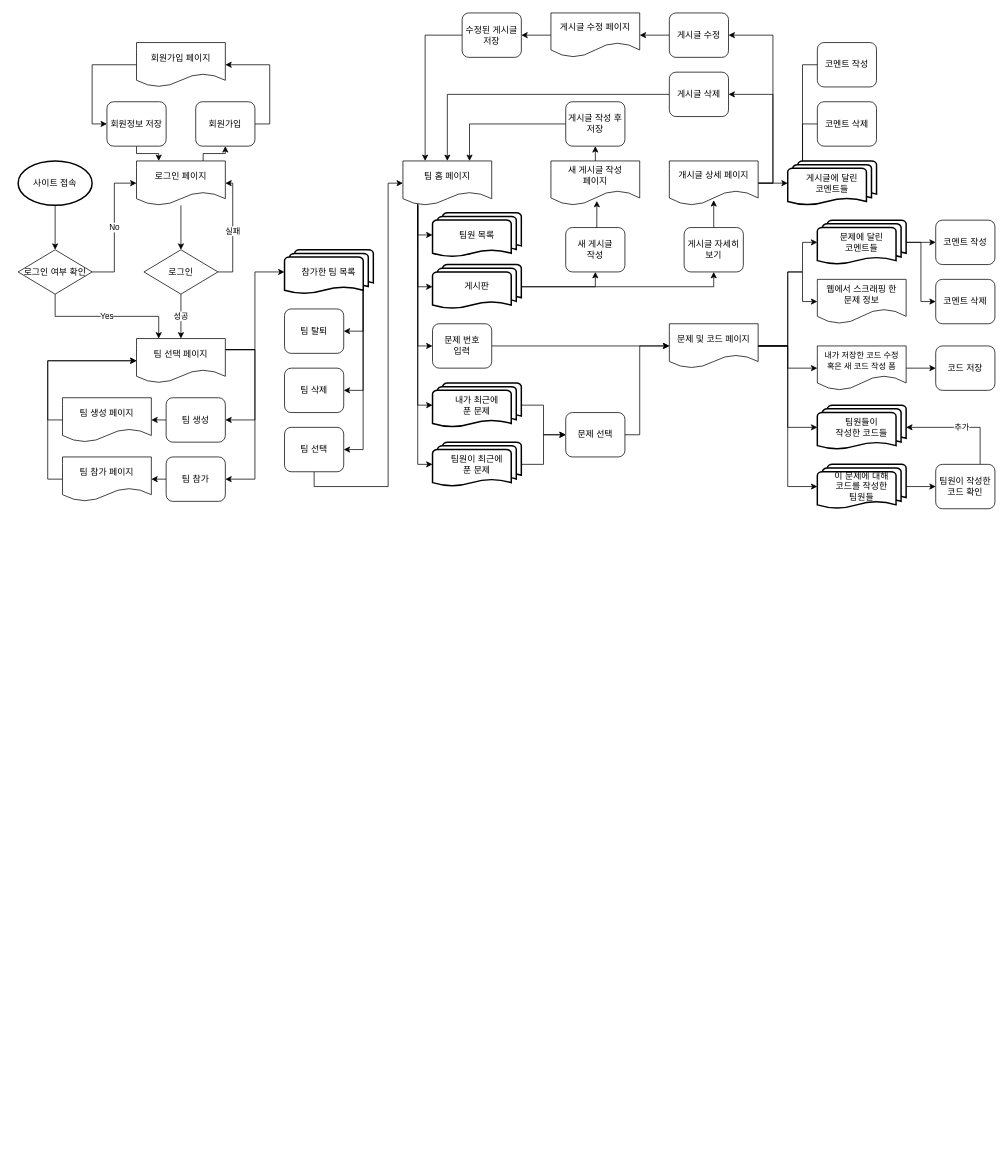
Earlier version of the draw.io diagram Untitled Diagram.drawio (winterash2/cotewithme). Source tidied: cells renumbered, new cells numbered last; positions are measured from the earlier drawing's top-left corner, leaving out a move shared by most shapes. Both pictures are drawn from the tidied source at 74%, with x=0, y=0 at pixel (18, 13).
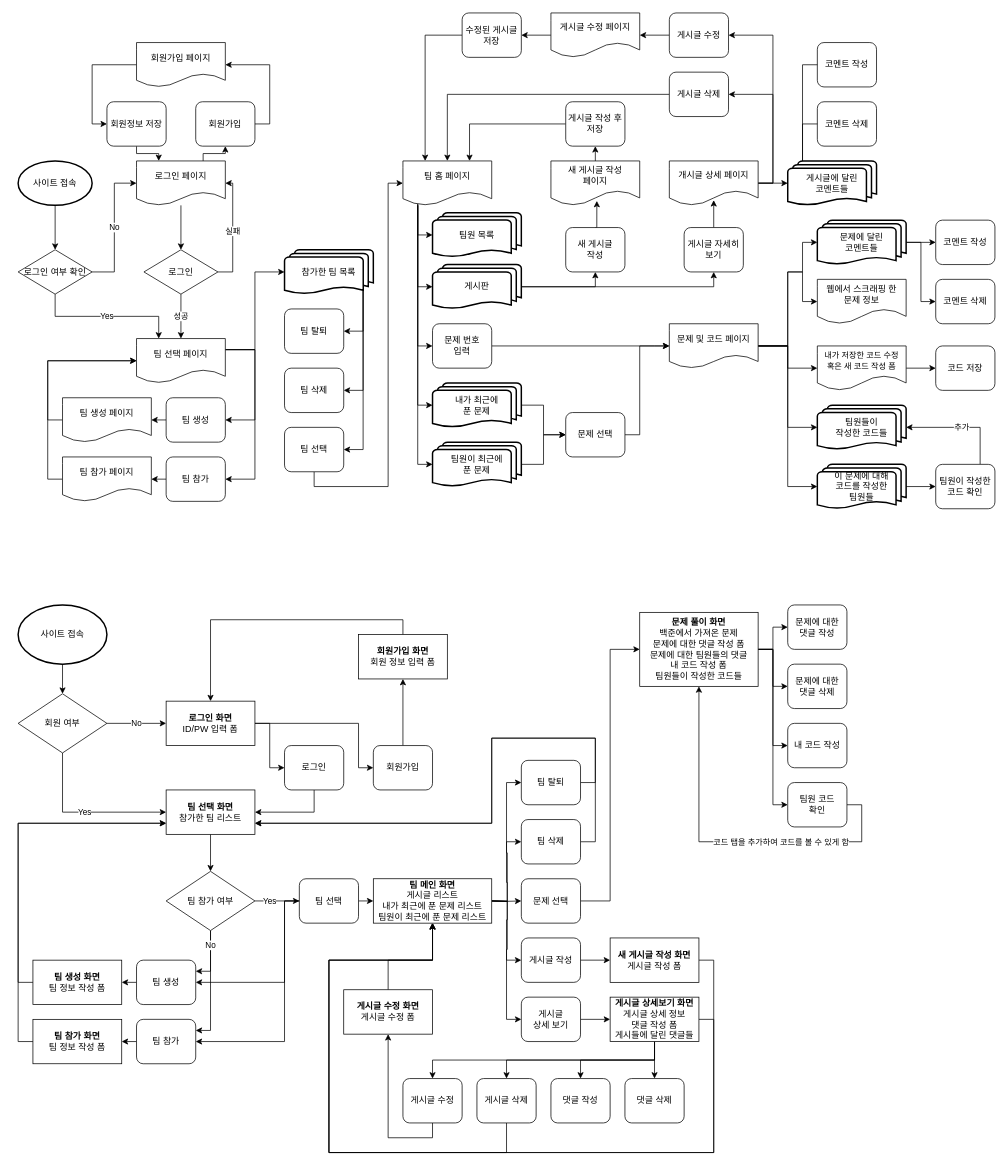
After the change.

Diff of the diagram source:
```diff
@@
+    <mxCell id="102" style="edgeStyle=orthogonalEdgeStyle;rounded=0;jettySize=auto;html=1;exitX=0.5;exitY=1;exitDx=0;exitDy=0;exitPerimeter=0;entryX=0.5;entryY=0;entryDx=0;entryDy=0;" parent="1" edge="1" source="103" target="106">
+      <mxGeometry relative="1" as="geometry" />
+    </mxCell>
+    <mxCell id="103" value="사이트 접속" style="strokeWidth=2;html=1;shape=mxgraph.flowchart.start_1;whiteSpace=wrap;" parent="1" vertex="1">
+      <mxGeometry y="800" width="120" height="80" as="geometry" />
+    </mxCell>
+    <mxCell id="104" value="No" style="edgeStyle=orthogonalEdgeStyle;rounded=0;jettySize=auto;html=1;exitX=1;exitY=0.5;exitDx=0;exitDy=0;entryX=0;entryY=0.5;entryDx=0;entryDy=0;" parent="1" edge="1" source="106" target="115">
+      <mxGeometry relative="1" as="geometry" />
+    </mxCell>
+    <mxCell id="105" value="Yes" style="edgeStyle=orthogonalEdgeStyle;rounded=0;jettySize=auto;html=1;exitX=0.5;exitY=1;exitDx=0;exitDy=0;entryX=0;entryY=0.5;entryDx=0;entryDy=0;" parent="1" edge="1" source="106" target="112">
+      <mxGeometry relative="1" as="geometry" />
+    </mxCell>
+    <mxCell id="106" value="회원 여부" style="rhombus;whiteSpace=wrap;html=1;" parent="1" vertex="1">
+      <mxGeometry y="920" width="120" height="80" as="geometry" />
+    </mxCell>
+    <mxCell id="107" style="edgeStyle=orthogonalEdgeStyle;rounded=0;jettySize=auto;html=1;exitX=0.5;exitY=1;exitDx=0;exitDy=0;entryX=1;entryY=0.25;entryDx=0;entryDy=0;" parent="1" edge="1" source="110" target="125">
+      <mxGeometry relative="1" as="geometry" />
+    </mxCell>
+    <mxCell id="108" value="No" style="edgeStyle=orthogonalEdgeStyle;rounded=0;jettySize=auto;html=1;exitX=0.5;exitY=1;exitDx=0;exitDy=0;entryX=1;entryY=0.25;entryDx=0;entryDy=0;" parent="1" edge="1" source="110" target="123">
+      <mxGeometry x="-0.47" relative="1" as="geometry" />
+    </mxCell>
+    <mxCell id="109" value="Yes" style="edgeStyle=orthogonalEdgeStyle;rounded=0;jettySize=auto;html=1;exitX=1;exitY=0.5;exitDx=0;exitDy=0;entryX=0;entryY=0.5;entryDx=0;entryDy=0;" parent="1" edge="1" source="110" target="129">
+      <mxGeometry x="-0.33" relative="1" as="geometry" />
+    </mxCell>
+    <mxCell id="110" value="팀 참가 여부" style="rhombus;whiteSpace=wrap;html=1;" parent="1" vertex="1">
+      <mxGeometry x="200" y="1160" width="120" height="80" as="geometry" />
+    </mxCell>
+    <mxCell id="111" style="edgeStyle=orthogonalEdgeStyle;rounded=0;jettySize=auto;html=1;exitX=0.5;exitY=1;exitDx=0;exitDy=0;entryX=0.5;entryY=0;entryDx=0;entryDy=0;" parent="1" edge="1" source="112" target="110">
+      <mxGeometry relative="1" as="geometry" />
+    </mxCell>
+    <mxCell id="112" value="&lt;b&gt;팀 선택 화면&lt;/b&gt;&lt;br&gt;참가한 팀 리스트" style="rounded=0;whiteSpace=wrap;html=1;" parent="1" vertex="1">
+      <mxGeometry x="200" y="1050" width="120" height="60" as="geometry" />
+    </mxCell>
+    <mxCell id="113" style="edgeStyle=orthogonalEdgeStyle;rounded=0;jettySize=auto;html=1;exitX=1;exitY=0.5;exitDx=0;exitDy=0;entryX=0;entryY=0.5;entryDx=0;entryDy=0;" parent="1" edge="1" source="115" target="143">
+      <mxGeometry relative="1" as="geometry" />
+    </mxCell>
+    <mxCell id="114" style="edgeStyle=orthogonalEdgeStyle;rounded=0;jettySize=auto;html=1;exitX=1;exitY=0.5;exitDx=0;exitDy=0;entryX=0;entryY=0.5;entryDx=0;entryDy=0;" parent="1" edge="1" source="115" target="145">
+      <mxGeometry relative="1" as="geometry">
+        <Array as="points">
+          <mxPoint x="460" y="960" />
+          <mxPoint x="460" y="1020" />
+        </Array>
+      </mxGeometry>
+    </mxCell>
+    <mxCell id="115" value="&lt;b&gt;로그인 화면&lt;/b&gt;&lt;br&gt;ID/PW 입력 폼" style="rounded=0;whiteSpace=wrap;html=1;" parent="1" vertex="1">
+      <mxGeometry x="200" y="930" width="120" height="60" as="geometry" />
+    </mxCell>
+    <mxCell id="116" style="edgeStyle=orthogonalEdgeStyle;rounded=0;jettySize=auto;html=1;exitX=1;exitY=0.5;exitDx=0;exitDy=0;entryX=0;entryY=0.5;entryDx=0;entryDy=0;" parent="1" edge="1" target="133">
+      <mxGeometry relative="1" as="geometry">
+        <mxPoint x="640" y="1200" as="sourcePoint" />
+      </mxGeometry>
+    </mxCell>
+    <mxCell id="117" style="edgeStyle=orthogonalEdgeStyle;rounded=0;jettySize=auto;html=1;exitX=1;exitY=0.5;exitDx=0;exitDy=0;entryX=0;entryY=0.5;entryDx=0;entryDy=0;" parent="1" edge="1" target="141">
+      <mxGeometry relative="1" as="geometry">
+        <mxPoint x="640" y="1200" as="sourcePoint" />
+      </mxGeometry>
+    </mxCell>
+    <mxCell id="118" style="edgeStyle=orthogonalEdgeStyle;rounded=0;jettySize=auto;html=1;exitX=1;exitY=0.5;exitDx=0;exitDy=0;entryX=0;entryY=0.5;entryDx=0;entryDy=0;" parent="1" edge="1" target="139">
+      <mxGeometry relative="1" as="geometry">
+        <mxPoint x="640" y="1200" as="sourcePoint" />
+      </mxGeometry>
+    </mxCell>
+    <mxCell id="119" style="edgeStyle=orthogonalEdgeStyle;rounded=0;jettySize=auto;html=1;exitX=1;exitY=0.5;exitDx=0;exitDy=0;entryX=0;entryY=0.5;entryDx=0;entryDy=0;" parent="1" edge="1" target="135">
+      <mxGeometry relative="1" as="geometry">
+        <mxPoint x="640" y="1200" as="sourcePoint" />
+      </mxGeometry>
+    </mxCell>
+    <mxCell id="120" style="edgeStyle=orthogonalEdgeStyle;rounded=0;jettySize=auto;html=1;exitX=1;exitY=0.5;exitDx=0;exitDy=0;entryX=0;entryY=0.5;entryDx=0;entryDy=0;" parent="1" edge="1" target="137">
+      <mxGeometry relative="1" as="geometry">
+        <mxPoint x="640" y="1200" as="sourcePoint" />
+      </mxGeometry>
+    </mxCell>
+    <mxCell id="121" value="&lt;b&gt;팀 메인 화면&lt;br&gt;&lt;/b&gt;게시글 리스트&lt;br&gt;&lt;font style=&quot;font-size: 12px&quot;&gt;내가 최근에 푼 문제 리스트&lt;br&gt;팀원이 최근에 푼 문제 리스트&lt;/font&gt;" style="rounded=0;whiteSpace=wrap;html=1;" parent="1" vertex="1">
+      <mxGeometry x="480" y="1170" width="160" height="60" as="geometry" />
+    </mxCell>
+    <mxCell id="122" style="edgeStyle=orthogonalEdgeStyle;rounded=0;jettySize=auto;html=1;exitX=0;exitY=0.5;exitDx=0;exitDy=0;entryX=1;entryY=0.5;entryDx=0;entryDy=0;" parent="1" edge="1" source="123" target="163">
+      <mxGeometry relative="1" as="geometry" />
+    </mxCell>
+    <mxCell id="123" value="팀 생성" style="rounded=1;whiteSpace=wrap;html=1;" parent="1" vertex="1">
+      <mxGeometry x="160" y="1280" width="80" height="60" as="geometry" />
+    </mxCell>
+    <mxCell id="124" style="edgeStyle=orthogonalEdgeStyle;rounded=0;jettySize=auto;html=1;exitX=0;exitY=0.5;exitDx=0;exitDy=0;entryX=1;entryY=0.5;entryDx=0;entryDy=0;" parent="1" edge="1" source="125" target="165">
+      <mxGeometry relative="1" as="geometry" />
+    </mxCell>
+    <mxCell id="125" value="팀 참가" style="rounded=1;whiteSpace=wrap;html=1;" parent="1" vertex="1">
+      <mxGeometry x="160" y="1360" width="80" height="60" as="geometry" />
+    </mxCell>
+    <mxCell id="126" style="edgeStyle=orthogonalEdgeStyle;rounded=0;jettySize=auto;html=1;entryX=1;entryY=0.5;entryDx=0;entryDy=0;" parent="1" edge="1" target="125">
+      <mxGeometry relative="1" as="geometry">
+        <mxPoint x="380" y="1200" as="sourcePoint" />
+        <Array as="points">
+          <mxPoint x="360" y="1200" />
+          <mxPoint x="360" y="1390" />
+        </Array>
+      </mxGeometry>
+    </mxCell>
+    <mxCell id="127" style="edgeStyle=orthogonalEdgeStyle;rounded=0;orthogonalLoop=1;jettySize=auto;html=1;" parent="1" edge="1">
+      <mxGeometry relative="1" as="geometry">
+        <mxPoint x="380" y="1200" as="sourcePoint" />
+        <mxPoint x="240" y="1310" as="targetPoint" />
+        <Array as="points">
+          <mxPoint x="360" y="1200" />
+          <mxPoint x="360" y="1310" />
+        </Array>
+      </mxGeometry>
+    </mxCell>
+    <mxCell id="128" style="edgeStyle=orthogonalEdgeStyle;rounded=0;jettySize=auto;html=1;exitX=1;exitY=0.5;exitDx=0;exitDy=0;entryX=0;entryY=0.5;entryDx=0;entryDy=0;" parent="1" edge="1" source="129" target="121">
+      <mxGeometry relative="1" as="geometry" />
+    </mxCell>
+    <mxCell id="129" value="팀 선택" style="rounded=1;whiteSpace=wrap;html=1;" parent="1" vertex="1">
+      <mxGeometry x="380" y="1170" width="80" height="60" as="geometry" />
+    </mxCell>
+    <mxCell id="130" style="edgeStyle=orthogonalEdgeStyle;rounded=0;jettySize=auto;html=1;exitX=0.5;exitY=0;exitDx=0;exitDy=0;entryX=0.5;entryY=0;entryDx=0;entryDy=0;" parent="1" edge="1" source="131" target="115">
+      <mxGeometry relative="1" as="geometry" />
+    </mxCell>
+    <mxCell id="131" value="&lt;b&gt;회원가입 화면&lt;/b&gt;&lt;br&gt;회원 정보 입력 폼" style="rounded=0;whiteSpace=wrap;html=1;" parent="1" vertex="1">
+      <mxGeometry x="460" y="840" width="120" height="60" as="geometry" />
+    </mxCell>
+    <mxCell id="132" style="edgeStyle=orthogonalEdgeStyle;rounded=0;jettySize=auto;html=1;exitX=1;exitY=0.5;exitDx=0;exitDy=0;entryX=0;entryY=0.5;entryDx=0;entryDy=0;" parent="1" edge="1" source="133" target="170">
+      <mxGeometry relative="1" as="geometry" />
+    </mxCell>
+    <mxCell id="133" value="문제 선택" style="rounded=1;whiteSpace=wrap;html=1;" parent="1" vertex="1">
+      <mxGeometry x="680" y="1170" width="80" height="60" as="geometry" />
+    </mxCell>
+    <mxCell id="134" style="edgeStyle=orthogonalEdgeStyle;rounded=0;jettySize=auto;html=1;exitX=1;exitY=0.5;exitDx=0;exitDy=0;entryX=0;entryY=0.5;entryDx=0;entryDy=0;" parent="1" edge="1" source="135" target="147">
+      <mxGeometry relative="1" as="geometry" />
+    </mxCell>
+    <mxCell id="135" value="게시글 작성" style="rounded=1;whiteSpace=wrap;html=1;" parent="1" vertex="1">
+      <mxGeometry x="680" y="1250" width="80" height="60" as="geometry" />
+    </mxCell>
+    <mxCell id="136" style="edgeStyle=orthogonalEdgeStyle;rounded=0;jettySize=auto;html=1;exitX=1;exitY=0.5;exitDx=0;exitDy=0;entryX=0;entryY=0.5;entryDx=0;entryDy=0;" parent="1" edge="1" source="137" target="159">
+      <mxGeometry relative="1" as="geometry" />
+    </mxCell>
+    <mxCell id="137" value="게시글&lt;br&gt;상세 보기" style="rounded=1;whiteSpace=wrap;html=1;" parent="1" vertex="1">
+      <mxGeometry x="680" y="1330" width="80" height="60" as="geometry" />
+    </mxCell>
+    <mxCell id="138" style="edgeStyle=orthogonalEdgeStyle;rounded=0;jettySize=auto;html=1;exitX=1;exitY=0.5;exitDx=0;exitDy=0;entryX=1;entryY=0.75;entryDx=0;entryDy=0;" parent="1" edge="1" source="139" target="112">
+      <mxGeometry relative="1" as="geometry">
+        <Array as="points">
+          <mxPoint x="780" y="1040" />
+          <mxPoint x="780" y="980" />
+          <mxPoint x="640" y="980" />
+          <mxPoint x="640" y="1095" />
+        </Array>
+      </mxGeometry>
+    </mxCell>
+    <mxCell id="139" value="팀 탈퇴" style="rounded=1;whiteSpace=wrap;html=1;" parent="1" vertex="1">
+      <mxGeometry x="680" y="1010" width="80" height="60" as="geometry" />
+    </mxCell>
+    <mxCell id="140" style="edgeStyle=orthogonalEdgeStyle;rounded=0;jettySize=auto;html=1;exitX=1;exitY=0.5;exitDx=0;exitDy=0;entryX=1;entryY=0.75;entryDx=0;entryDy=0;" parent="1" edge="1" source="141" target="112">
+      <mxGeometry relative="1" as="geometry">
+        <Array as="points">
+          <mxPoint x="780" y="1120" />
+          <mxPoint x="780" y="980" />
+          <mxPoint x="640" y="980" />
+          <mxPoint x="640" y="1095" />
+        </Array>
+      </mxGeometry>
+    </mxCell>
+    <mxCell id="141" value="팀 삭제" style="rounded=1;whiteSpace=wrap;html=1;" parent="1" vertex="1">
+      <mxGeometry x="680" y="1090" width="80" height="60" as="geometry" />
+    </mxCell>
+    <mxCell id="142" style="edgeStyle=orthogonalEdgeStyle;rounded=0;jettySize=auto;html=1;exitX=0.5;exitY=1;exitDx=0;exitDy=0;entryX=1;entryY=0.5;entryDx=0;entryDy=0;" parent="1" edge="1" source="143" target="112">
+      <mxGeometry relative="1" as="geometry" />
+    </mxCell>
+    <mxCell id="143" value="로그인" style="rounded=1;whiteSpace=wrap;html=1;" parent="1" vertex="1">
+      <mxGeometry x="360" y="990" width="80" height="60" as="geometry" />
+    </mxCell>
+    <mxCell id="144" style="edgeStyle=orthogonalEdgeStyle;rounded=0;jettySize=auto;html=1;exitX=0.5;exitY=0;exitDx=0;exitDy=0;entryX=0.5;entryY=1;entryDx=0;entryDy=0;" parent="1" edge="1" source="145" target="131">
+      <mxGeometry relative="1" as="geometry" />
+    </mxCell>
+    <mxCell id="145" value="회원가입" style="rounded=1;whiteSpace=wrap;html=1;" parent="1" vertex="1">
+      <mxGeometry x="480" y="990" width="80" height="60" as="geometry" />
+    </mxCell>
+    <mxCell id="146" style="edgeStyle=orthogonalEdgeStyle;rounded=0;jettySize=auto;html=1;exitX=1;exitY=0.5;exitDx=0;exitDy=0;entryX=0.5;entryY=1;entryDx=0;entryDy=0;" parent="1" edge="1" source="147" target="121">
+      <mxGeometry relative="1" as="geometry">
+        <Array as="points">
+          <mxPoint x="940" y="1280" />
+          <mxPoint x="940" y="1540" />
+          <mxPoint x="420" y="1540" />
+          <mxPoint x="420" y="1280" />
+          <mxPoint x="560" y="1280" />
+        </Array>
+      </mxGeometry>
+    </mxCell>
+    <mxCell id="147" value="&lt;b&gt;새 게시글 작성 화면&lt;/b&gt;&lt;br&gt;게시글 작성 폼" style="rounded=0;whiteSpace=wrap;html=1;" parent="1" vertex="1">
+      <mxGeometry x="800" y="1250" width="120" height="60" as="geometry" />
+    </mxCell>
+    <mxCell id="148" style="edgeStyle=orthogonalEdgeStyle;rounded=0;jettySize=auto;html=1;exitX=0.5;exitY=1;exitDx=0;exitDy=0;entryX=0.5;entryY=1;entryDx=0;entryDy=0;" parent="1" edge="1" source="149" target="161">
+      <mxGeometry relative="1" as="geometry" />
+    </mxCell>
+    <mxCell id="149" value="게시글 수정" style="rounded=1;whiteSpace=wrap;html=1;" parent="1" vertex="1">
+      <mxGeometry x="520" y="1440" width="80" height="60" as="geometry" />
+    </mxCell>
+    <mxCell id="150" style="edgeStyle=orthogonalEdgeStyle;rounded=0;jettySize=auto;html=1;exitX=0.5;exitY=1;exitDx=0;exitDy=0;entryX=0.5;entryY=1;entryDx=0;entryDy=0;" parent="1" edge="1" source="151" target="121">
+      <mxGeometry relative="1" as="geometry">
+        <Array as="points">
+          <mxPoint x="660" y="1540" />
+          <mxPoint x="420" y="1540" />
+          <mxPoint x="420" y="1280" />
+          <mxPoint x="560" y="1280" />
+        </Array>
+      </mxGeometry>
+    </mxCell>
+    <mxCell id="151" value="게시글 삭제" style="rounded=1;whiteSpace=wrap;html=1;" parent="1" vertex="1">
+      <mxGeometry x="620" y="1440" width="80" height="60" as="geometry" />
+    </mxCell>
+    <mxCell id="152" value="댓글 작성" style="rounded=1;whiteSpace=wrap;html=1;" parent="1" vertex="1">
+      <mxGeometry x="720" y="1440" width="80" height="60" as="geometry" />
+    </mxCell>
+    <mxCell id="153" value="댓글 삭제" style="rounded=1;whiteSpace=wrap;html=1;" parent="1" vertex="1">
+      <mxGeometry x="820" y="1440" width="80" height="60" as="geometry" />
+    </mxCell>
+    <mxCell id="154" style="edgeStyle=orthogonalEdgeStyle;rounded=0;jettySize=auto;html=1;exitX=0.5;exitY=1;exitDx=0;exitDy=0;entryX=0.5;entryY=0;entryDx=0;entryDy=0;" parent="1" edge="1" source="159" target="152">
+      <mxGeometry relative="1" as="geometry" />
+    </mxCell>
+    <mxCell id="155" style="edgeStyle=orthogonalEdgeStyle;rounded=0;jettySize=auto;html=1;exitX=0.5;exitY=1;exitDx=0;exitDy=0;entryX=0.5;entryY=0;entryDx=0;entryDy=0;" parent="1" edge="1" source="159" target="153">
+      <mxGeometry relative="1" as="geometry" />
+    </mxCell>
+    <mxCell id="156" style="edgeStyle=orthogonalEdgeStyle;rounded=0;jettySize=auto;html=1;exitX=0.5;exitY=1;exitDx=0;exitDy=0;entryX=0.5;entryY=0;entryDx=0;entryDy=0;" parent="1" edge="1" source="159" target="151">
+      <mxGeometry relative="1" as="geometry" />
+    </mxCell>
+    <mxCell id="157" style="edgeStyle=orthogonalEdgeStyle;rounded=0;jettySize=auto;html=1;exitX=0.5;exitY=1;exitDx=0;exitDy=0;entryX=0.5;entryY=0;entryDx=0;entryDy=0;" parent="1" edge="1" source="159" target="149">
+      <mxGeometry relative="1" as="geometry" />
+    </mxCell>
+    <mxCell id="158" style="edgeStyle=orthogonalEdgeStyle;rounded=0;jettySize=auto;html=1;exitX=1;exitY=0.5;exitDx=0;exitDy=0;entryX=0.5;entryY=1;entryDx=0;entryDy=0;" parent="1" edge="1" source="159" target="121">
+      <mxGeometry relative="1" as="geometry">
+        <Array as="points">
+          <mxPoint x="940" y="1360" />
+          <mxPoint x="940" y="1540" />
+          <mxPoint x="420" y="1540" />
+          <mxPoint x="420" y="1280" />
+          <mxPoint x="560" y="1280" />
+        </Array>
+      </mxGeometry>
+    </mxCell>
+    <mxCell id="159" value="&lt;b&gt;게시글 상세보기 화면&lt;/b&gt;&lt;br&gt;게시글 상세 정보&lt;br&gt;댓글 작성 폼&lt;br&gt;게시들에 달린 댓글들" style="rounded=0;whiteSpace=wrap;html=1;" parent="1" vertex="1">
+      <mxGeometry x="800" y="1330" width="120" height="60" as="geometry" />
+    </mxCell>
+    <mxCell id="160" style="edgeStyle=orthogonalEdgeStyle;rounded=0;jettySize=auto;html=1;exitX=0.5;exitY=0;exitDx=0;exitDy=0;entryX=0.5;entryY=1;entryDx=0;entryDy=0;" parent="1" edge="1" source="161" target="121">
+      <mxGeometry relative="1" as="geometry">
+        <Array as="points">
+          <mxPoint x="500" y="1280" />
+          <mxPoint x="560" y="1280" />
+        </Array>
+      </mxGeometry>
+    </mxCell>
+    <mxCell id="161" value="&lt;b&gt;게시글 수정 화면&lt;/b&gt;&lt;br&gt;게시글 수정 폼" style="rounded=0;whiteSpace=wrap;html=1;" parent="1" vertex="1">
+      <mxGeometry x="440" y="1320" width="120" height="60" as="geometry" />
+    </mxCell>
+    <mxCell id="162" style="edgeStyle=orthogonalEdgeStyle;rounded=0;jettySize=auto;html=1;exitX=0;exitY=0.5;exitDx=0;exitDy=0;entryX=0;entryY=0.75;entryDx=0;entryDy=0;" parent="1" edge="1" source="163" target="112">
+      <mxGeometry relative="1" as="geometry" />
+    </mxCell>
+    <mxCell id="163" value="&lt;b&gt;팀 생성 화면&lt;/b&gt;&lt;br&gt;팀 정보 작성 폼" style="rounded=0;whiteSpace=wrap;html=1;" parent="1" vertex="1">
+      <mxGeometry x="20" y="1280" width="120" height="60" as="geometry" />
+    </mxCell>
+    <mxCell id="164" style="edgeStyle=orthogonalEdgeStyle;rounded=0;jettySize=auto;html=1;exitX=0;exitY=0.5;exitDx=0;exitDy=0;entryX=0;entryY=0.75;entryDx=0;entryDy=0;" parent="1" edge="1" source="165" target="112">
+      <mxGeometry relative="1" as="geometry" />
+    </mxCell>
+    <mxCell id="165" value="&lt;b&gt;팀 참가 화면&lt;/b&gt;&lt;br&gt;팀 정보 작성 폼" style="rounded=0;whiteSpace=wrap;html=1;" parent="1" vertex="1">
+      <mxGeometry x="20" y="1360" width="120" height="60" as="geometry" />
+    </mxCell>
+    <mxCell id="166" style="edgeStyle=orthogonalEdgeStyle;rounded=0;jettySize=auto;html=1;exitX=1;exitY=0.5;exitDx=0;exitDy=0;entryX=0;entryY=0.5;entryDx=0;entryDy=0;" parent="1" edge="1" source="170" target="171">
+      <mxGeometry relative="1" as="geometry" />
+    </mxCell>
+    <mxCell id="167" style="edgeStyle=orthogonalEdgeStyle;rounded=0;jettySize=auto;html=1;entryX=0;entryY=0.5;entryDx=0;entryDy=0;" parent="1" edge="1" source="170" target="172">
+      <mxGeometry relative="1" as="geometry" />
+    </mxCell>
+    <mxCell id="168" style="edgeStyle=orthogonalEdgeStyle;rounded=0;jettySize=auto;html=1;entryX=0;entryY=0.5;entryDx=0;entryDy=0;" parent="1" edge="1" source="170" target="173">
+      <mxGeometry relative="1" as="geometry" />
+    </mxCell>
+    <mxCell id="169" style="edgeStyle=orthogonalEdgeStyle;rounded=0;jettySize=auto;html=1;entryX=0;entryY=0.5;entryDx=0;entryDy=0;" parent="1" edge="1" source="170" target="176">
+      <mxGeometry relative="1" as="geometry" />
+    </mxCell>
+    <mxCell id="170" value="&lt;b&gt;문제 풀이 화면&lt;br&gt;&lt;/b&gt;백준에서 가져온 문제&lt;br&gt;문제에 대한 댓글 작성 폼&lt;br&gt;문제에 대한 팀원들의 댓글&lt;br&gt;내 코드 작성 폼&lt;br&gt;팀원들이 작성한 코드들" style="rounded=0;whiteSpace=wrap;html=1;" parent="1" vertex="1">
+      <mxGeometry x="840" y="810" width="160" height="100" as="geometry" />
+    </mxCell>
+    <mxCell id="171" value="문제에 대한&lt;br&gt;댓글 작성" style="rounded=1;whiteSpace=wrap;html=1;" parent="1" vertex="1">
+      <mxGeometry x="1040" y="800" width="80" height="60" as="geometry" />
+    </mxCell>
+    <mxCell id="172" value="문제에 대한&lt;br&gt;댓글 삭제" style="rounded=1;whiteSpace=wrap;html=1;" parent="1" vertex="1">
+      <mxGeometry x="1040" y="880" width="80" height="60" as="geometry" />
+    </mxCell>
+    <mxCell id="173" value="내 코드 작성" style="rounded=1;whiteSpace=wrap;html=1;" parent="1" vertex="1">
+      <mxGeometry x="1040" y="960" width="80" height="60" as="geometry" />
+    </mxCell>
+    <mxCell id="174" style="edgeStyle=orthogonalEdgeStyle;rounded=0;jettySize=auto;html=1;exitX=1;exitY=0.5;exitDx=0;exitDy=0;entryX=0.5;entryY=1;entryDx=0;entryDy=0;" parent="1" edge="1" source="176" target="170">
+      <mxGeometry relative="1" as="geometry">
+        <Array as="points">
+          <mxPoint x="1140" y="1070" />
+          <mxPoint x="1140" y="1120" />
+          <mxPoint x="920" y="1120" />
+        </Array>
+      </mxGeometry>
+    </mxCell>
+    <mxCell id="175" value="코드 탭을 추가하여 코드를 볼 수 있게 함" style="edgeLabel;html=1;align=center;verticalAlign=middle;" parent="174" vertex="1">
+      <mxGeometry x="-0.01" y="-1" relative="1" as="geometry">
+        <mxPoint x="68" y="1" as="offset" />
+      </mxGeometry>
+    </mxCell>
+    <mxCell id="176" value="팀원 코드&lt;br&gt;확인" style="rounded=1;whiteSpace=wrap;html=1;" parent="1" vertex="1">
+      <mxGeometry x="1040" y="1040" width="80" height="60" as="geometry" />
+    </mxCell>
```
